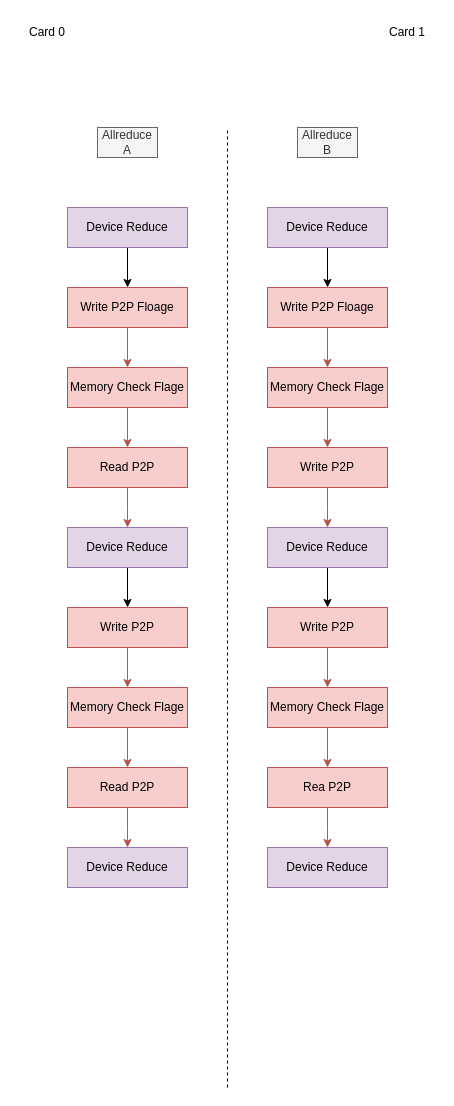
Above: TCCL/Device_Sync/DeviceSyncP2POnRead.drawio in BEYHHH/SBLP (draw.io), before the change. Source tidied: cells renumbered, new cells numbered last; positions are measured from the earlier drawing's top-left corner, leaving out a move shared by most shapes. Both pictures are drawn from the tidied source at 100%, with x=0, y=0 at pixel (17, 17).
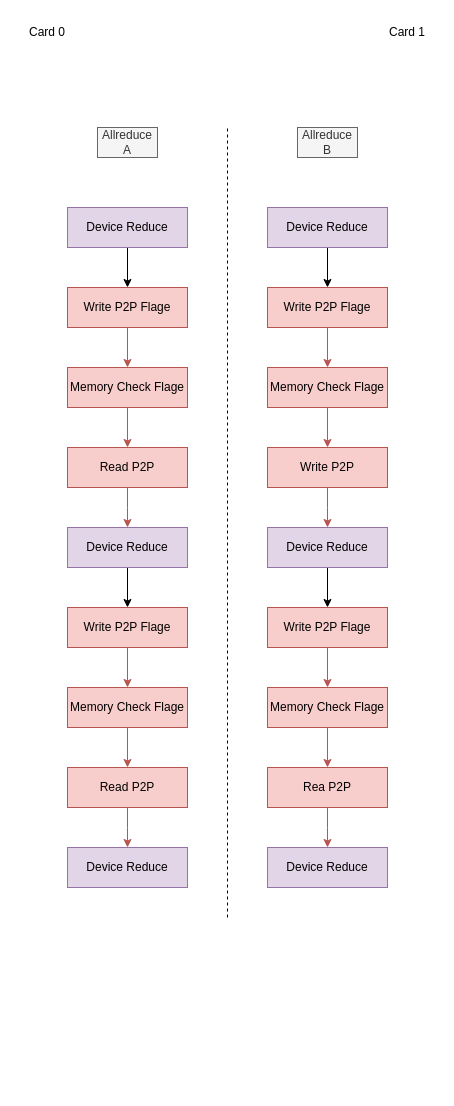
The same page after the edit.

Diff of the diagram source:
```diff
@@
     <mxCell id="2" style="endArrow=none;dashed=1;html=1;rounded=0;" parent="1" edge="1">
       <mxGeometry relative="1" as="geometry">
-        <mxPoint x="210" y="1070" as="sourcePoint" />
+        <mxPoint x="210" y="900" as="sourcePoint" />
         <mxPoint x="210" y="110" as="targetPoint" />
       </mxGeometry>
     </mxCell>
@@
-    <mxCell id="6" value="Write P2P Floage" style="rounded=0;whiteSpace=wrap;html=1;fillColor=#f8cecc;strokeColor=#b85450;" parent="1" vertex="1">
+    <mxCell id="6" value="Write P2P Flage" style="rounded=0;whiteSpace=wrap;html=1;fillColor=#f8cecc;strokeColor=#b85450;" parent="1" vertex="1">
       <mxGeometry x="50" y="270" width="120" height="40" as="geometry" />
     </mxCell>
@@
-    <mxCell id="16" value="Write P2P Floage" style="rounded=0;whiteSpace=wrap;html=1;fillColor=#f8cecc;strokeColor=#b85450;" parent="1" vertex="1">
+    <mxCell id="16" value="Write P2P Flage" style="rounded=0;whiteSpace=wrap;html=1;fillColor=#f8cecc;strokeColor=#b85450;" parent="1" vertex="1">
       <mxGeometry x="250" y="270" width="120" height="40" as="geometry" />
     </mxCell>
@@
-    <mxCell id="28" value="Write P2P" style="rounded=0;whiteSpace=wrap;html=1;fillColor=#f8cecc;strokeColor=#b85450;" parent="1" vertex="1">
+    <mxCell id="28" value="Write P2P Flage" style="rounded=0;whiteSpace=wrap;html=1;fillColor=#f8cecc;strokeColor=#b85450;" parent="1" vertex="1">
       <mxGeometry x="50" y="590" width="120" height="40" as="geometry" />
     </mxCell>
@@
-    <mxCell id="35" value="Write P2P" style="rounded=0;whiteSpace=wrap;html=1;fillColor=#f8cecc;strokeColor=#b85450;" parent="1" vertex="1">
+    <mxCell id="35" value="Write P2P Flage" style="rounded=0;whiteSpace=wrap;html=1;fillColor=#f8cecc;strokeColor=#b85450;" parent="1" vertex="1">
       <mxGeometry x="250" y="590" width="120" height="40" as="geometry" />
     </mxCell>
```
